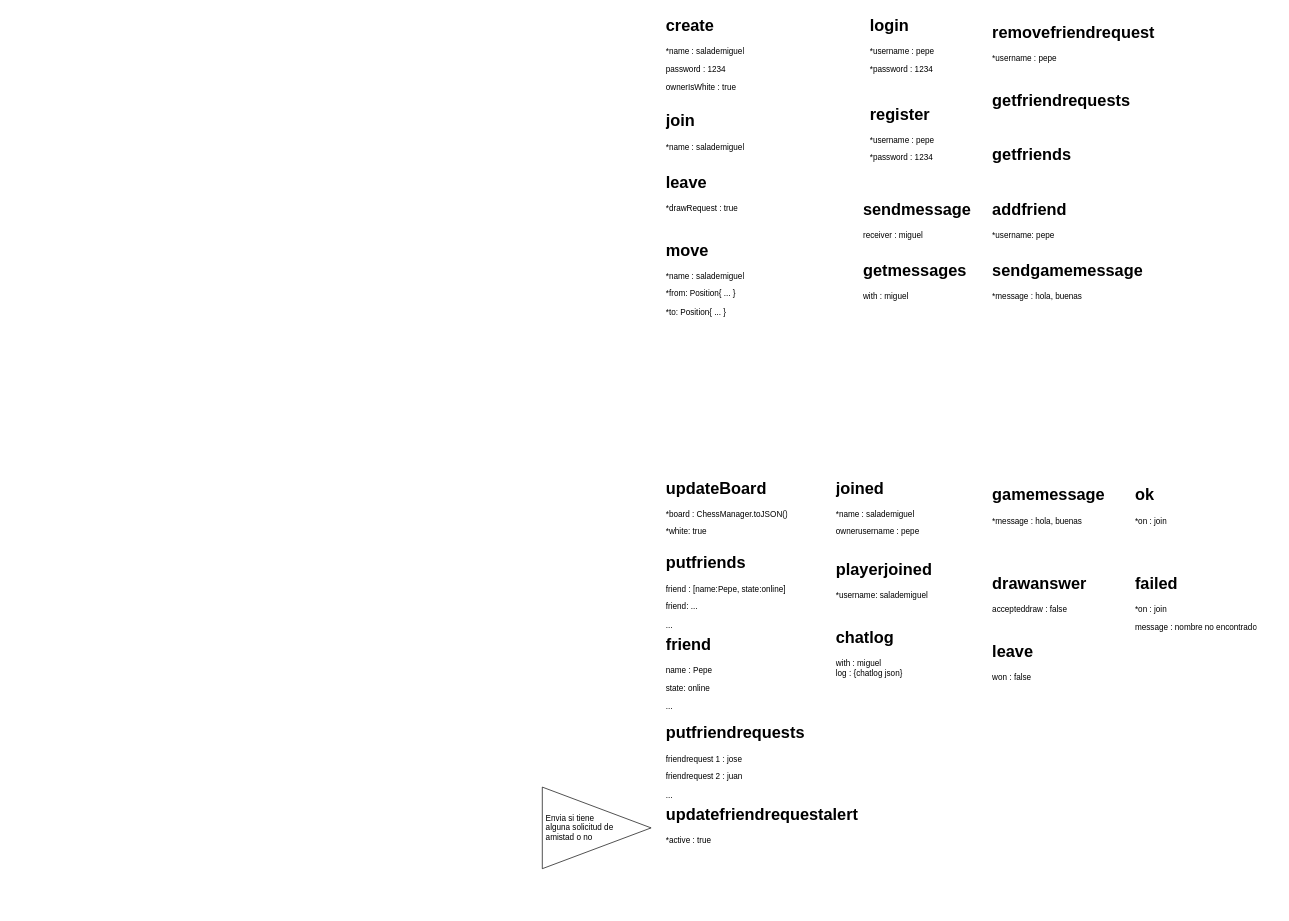
MGermanico/TFGChess keeps this draw.io diagram as page "Requests" (5 of 5) of Diagramas_Servidor.drawio. Above is the earlier version. Source tidied: cells renumbered, new cells numbered last; positions are measured from the earlier drawing's top-left corner, leaving out a move shared by most shapes. Both pictures are drawn from the tidied source at 68%, with x=0, y=0 at pixel (542, 12).
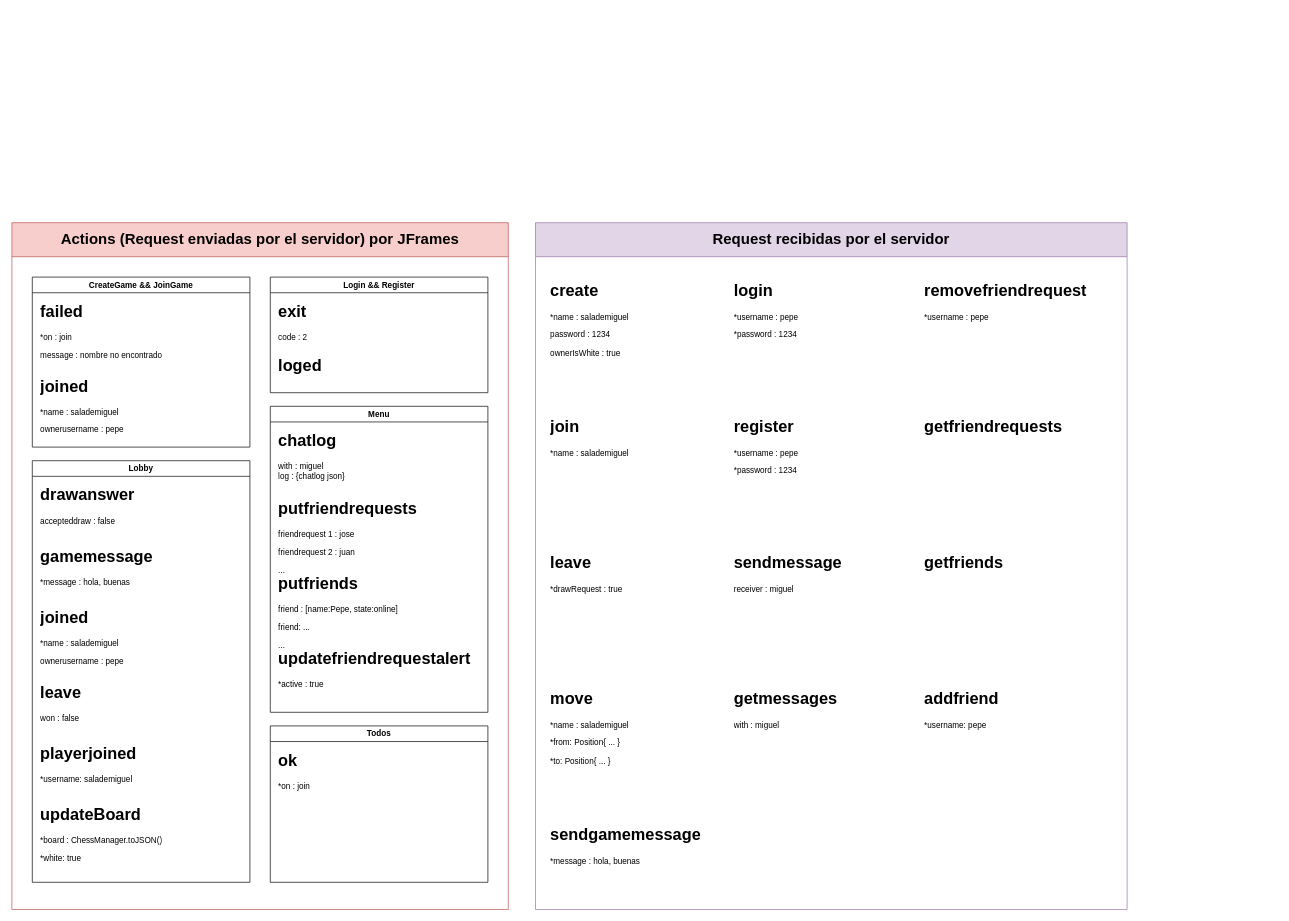
Above is the later version.

Change to the diagram source:
```diff
@@
+    <mxCell id="29" value="Lobby" style="swimlane;whiteSpace=wrap;html=1;" parent="1" vertex="1">
+      <mxGeometry x="-750" y="660" width="320" height="620" as="geometry" />
+    </mxCell>
+    <mxCell id="20" value="&lt;h1 style=&quot;margin-top: 0px;&quot;&gt;drawanswer&lt;/h1&gt;&lt;p&gt;accepteddraw : false&lt;/p&gt;" style="text;html=1;whiteSpace=wrap;overflow=hidden;rounded=0;" parent="29" vertex="1">
+      <mxGeometry x="10" y="30" width="210" height="80" as="geometry" />
+    </mxCell>
+    <mxCell id="18" value="&lt;h1 style=&quot;margin-top: 0px;&quot;&gt;gamemessage&lt;/h1&gt;&lt;p&gt;*message : hola, buenas&lt;/p&gt;" style="text;html=1;whiteSpace=wrap;overflow=hidden;rounded=0;" parent="29" vertex="1">
+      <mxGeometry x="10" y="120" width="210" height="80" as="geometry" />
+    </mxCell>
+    <mxCell id="30" value="&lt;h1 style=&quot;margin-top: 0px;&quot;&gt;joined&lt;/h1&gt;&lt;p&gt;*name : salademiguel&lt;br&gt;&lt;/p&gt;&lt;p&gt;ownerusername : pepe&lt;/p&gt;" style="text;html=1;whiteSpace=wrap;overflow=hidden;rounded=0;" parent="29" vertex="1">
+      <mxGeometry x="10" y="210" width="180" height="110" as="geometry" />
+    </mxCell>
+    <mxCell id="23" value="&lt;h1 style=&quot;margin-top: 0px;&quot;&gt;leave&lt;/h1&gt;&lt;div&gt;won : false&lt;/div&gt;" style="text;html=1;whiteSpace=wrap;overflow=hidden;rounded=0;" parent="29" vertex="1">
+      <mxGeometry x="10" y="320" width="210" height="80" as="geometry" />
+    </mxCell>
+    <mxCell id="9" value="&lt;h1 style=&quot;margin-top: 0px;&quot;&gt;playerjoined&lt;/h1&gt;&lt;p&gt;*username: salademiguel&lt;br&gt;&lt;/p&gt;" style="text;html=1;whiteSpace=wrap;overflow=hidden;rounded=0;" parent="29" vertex="1">
+      <mxGeometry x="10" y="410" width="180" height="90" as="geometry" />
+    </mxCell>
+    <mxCell id="7" value="&lt;h1 style=&quot;margin-top: 0px;&quot;&gt;updateBoard&lt;/h1&gt;&lt;p&gt;*board : ChessManager.toJSON()&lt;/p&gt;&lt;p&gt;*white: true&lt;/p&gt;" style="text;html=1;whiteSpace=wrap;overflow=hidden;rounded=0;" parent="29" vertex="1">
+      <mxGeometry x="10" y="500" width="190" height="110" as="geometry" />
+    </mxCell>
+    <mxCell id="31" value="CreateGame &amp;amp;&amp;amp; JoinGame" style="swimlane;whiteSpace=wrap;html=1;" parent="1" vertex="1">
+      <mxGeometry x="-750" y="390" width="320" height="250" as="geometry" />
+    </mxCell>
+    <mxCell id="21" value="&lt;h1 style=&quot;margin-top: 0px;&quot;&gt;failed&lt;/h1&gt;&lt;p&gt;*on : join&lt;/p&gt;&lt;p&gt;message : nombre no encontrado&lt;/p&gt;" style="text;html=1;whiteSpace=wrap;overflow=hidden;rounded=0;" parent="31" vertex="1">
+      <mxGeometry x="10" y="30" width="210" height="100" as="geometry" />
+    </mxCell>
+    <mxCell id="32" value="&lt;h1 style=&quot;margin-top: 0px;&quot;&gt;joined&lt;/h1&gt;&lt;p&gt;*name : salademiguel&lt;br&gt;&lt;/p&gt;&lt;p&gt;ownerusername : pepe&lt;/p&gt;" style="text;html=1;whiteSpace=wrap;overflow=hidden;rounded=0;" parent="31" vertex="1">
+      <mxGeometry x="10" y="140" width="180" height="120" as="geometry" />
+    </mxCell>
+    <mxCell id="33" value="Login &amp;amp;&amp;amp;&lt;span style=&quot;background-color: transparent; color: light-dark(rgb(0, 0, 0), rgb(255, 255, 255));&quot;&gt;&amp;nbsp;Register&lt;/span&gt;" style="swimlane;whiteSpace=wrap;html=1;fontStyle=1;fontSize=12;" parent="1" vertex="1">
+      <mxGeometry x="-400" y="390" width="320" height="170" as="geometry" />
+    </mxCell>
+    <mxCell id="34" value="&lt;h1 style=&quot;margin-top: 0px;&quot;&gt;exit&lt;/h1&gt;&lt;div&gt;code : 2&lt;/div&gt;" style="text;html=1;whiteSpace=wrap;overflow=hidden;rounded=0;" parent="33" vertex="1">
+      <mxGeometry x="10" y="30" width="210" height="80" as="geometry" />
+    </mxCell>
+    <mxCell id="35" value="&lt;h1 style=&quot;margin-top: 0px;&quot;&gt;loged&lt;/h1&gt;&lt;div&gt;&lt;br&gt;&lt;/div&gt;" style="text;html=1;whiteSpace=wrap;overflow=hidden;rounded=0;" parent="33" vertex="1">
+      <mxGeometry x="10" y="110" width="210" height="80" as="geometry" />
+    </mxCell>
+    <mxCell id="36" value="Menu" style="swimlane;whiteSpace=wrap;html=1;" parent="1" vertex="1">
+      <mxGeometry x="-400" y="580" width="320" height="450" as="geometry" />
+    </mxCell>
+    <mxCell id="28" value="&lt;h1 style=&quot;margin-top: 0px;&quot;&gt;chatlog&lt;/h1&gt;&lt;div&gt;with : miguel&lt;/div&gt;&lt;div&gt;log : {chatlog json}&lt;/div&gt;" style="text;html=1;whiteSpace=wrap;overflow=hidden;rounded=0;" parent="36" vertex="1">
+      <mxGeometry x="10" y="30" width="210" height="100" as="geometry" />
+    </mxCell>
+    <mxCell id="14" value="&lt;h1 style=&quot;margin-top: 0px;&quot;&gt;putfriendrequests&lt;/h1&gt;&lt;p&gt;friendrequest 1 : jose&lt;/p&gt;&lt;p&gt;friendrequest 2 : juan&lt;/p&gt;&lt;p&gt;...&lt;/p&gt;" style="text;html=1;whiteSpace=wrap;overflow=hidden;rounded=0;" parent="36" vertex="1">
+      <mxGeometry x="10" y="130" width="220" height="120" as="geometry" />
+    </mxCell>
+    <mxCell id="12" value="&lt;h1 style=&quot;margin-top: 0px;&quot;&gt;putfriends&lt;/h1&gt;&lt;p&gt;friend : [name:Pepe, state:online]&lt;/p&gt;&lt;p&gt;friend: ...&lt;/p&gt;&lt;p&gt;...&lt;/p&gt;" style="text;html=1;whiteSpace=wrap;overflow=hidden;rounded=0;" parent="36" vertex="1">
+      <mxGeometry x="10" y="240" width="180" height="120" as="geometry" />
+    </mxCell>
+    <mxCell id="24" value="&lt;h1 style=&quot;margin-top: 0px;&quot;&gt;updatefriendrequestalert&lt;/h1&gt;&lt;p&gt;*active : true&lt;br&gt;&lt;/p&gt;" style="text;html=1;whiteSpace=wrap;overflow=hidden;rounded=0;" parent="36" vertex="1">
+      <mxGeometry x="10" y="350" width="300" height="90" as="geometry" />
+    </mxCell>
+    <mxCell id="37" value="&lt;span style=&quot;font-size: 22px;&quot;&gt;Actions (Request enviadas por el servidor) por JFrames&lt;/span&gt;" style="swimlane;whiteSpace=wrap;html=1;startSize=50;fillColor=#f8cecc;strokeColor=#b85450;gradientColor=none;fillStyle=auto;" parent="1" vertex="1">
+      <mxGeometry x="-780" y="310" width="730" height="1010" as="geometry" />
+    </mxCell>
+    <mxCell id="38" value="Todos" style="swimlane;whiteSpace=wrap;html=1;" parent="37" vertex="1">
+      <mxGeometry x="380" y="740" width="320" height="230" as="geometry" />
+    </mxCell>
+    <mxCell id="22" value="&lt;h1 style=&quot;margin-top: 0px;&quot;&gt;ok&lt;/h1&gt;&lt;p&gt;*on : join&lt;/p&gt;" style="text;html=1;whiteSpace=wrap;overflow=hidden;rounded=0;" parent="38" vertex="1">
+      <mxGeometry x="10" y="30" width="110" height="80" as="geometry" />
+    </mxCell>
+    <mxCell id="39" value="&lt;span style=&quot;font-size: 22px;&quot;&gt;Request recibidas por el servidor&lt;/span&gt;" style="swimlane;whiteSpace=wrap;html=1;startSize=50;fillColor=#e1d5e7;strokeColor=#9673a6;fillStyle=auto;" parent="1" vertex="1">
+      <mxGeometry x="-10" y="310" width="870" height="1010" as="geometry" />
+    </mxCell>
+    <mxCell id="6" value="&lt;h1 style=&quot;margin-top: 0px;&quot;&gt;move&lt;/h1&gt;&lt;p&gt;*name : salademiguel&lt;/p&gt;&lt;p&gt;*from: Position{ ... }&lt;/p&gt;&lt;p&gt;*to: Position{ ... }&lt;/p&gt;" style="text;html=1;whiteSpace=wrap;overflow=hidden;rounded=0;" parent="39" vertex="1">
+      <mxGeometry x="20" y="680" width="180" height="120" as="geometry" />
+    </mxCell>
+    <mxCell id="19" value="&lt;h1 style=&quot;margin-top: 0px;&quot;&gt;leave&lt;/h1&gt;&lt;p&gt;*drawRequest : true&lt;/p&gt;" style="text;html=1;whiteSpace=wrap;overflow=hidden;rounded=0;" parent="39" vertex="1">
+      <mxGeometry x="20" y="480" width="180" height="90" as="geometry" />
+    </mxCell>
+    <mxCell id="5" value="&lt;h1 style=&quot;margin-top: 0px;&quot;&gt;join&lt;/h1&gt;&lt;p&gt;*name : salademiguel&lt;br&gt;&lt;/p&gt;" style="text;html=1;whiteSpace=wrap;overflow=hidden;rounded=0;" parent="39" vertex="1">
+      <mxGeometry x="20" y="280" width="180" height="80" as="geometry" />
+    </mxCell>
-    <mxCell id="2" value="&lt;h1 style=&quot;margin-top: 0px;&quot;&gt;create&lt;/h1&gt;&lt;p&gt;*name : salademiguel&lt;/p&gt;&lt;p&gt;password : 1234&lt;/p&gt;&lt;p&gt;ownerIsWhite : true&lt;/p&gt;" style="text;html=1;whiteSpace=wrap;overflow=hidden;rounded=0;" parent="1" vertex="1">
-      <mxGeometry x="180" width="180" height="120" as="geometry" />
+    <mxCell id="2" value="&lt;h1 style=&quot;margin-top: 0px;&quot;&gt;create&lt;/h1&gt;&lt;p&gt;*name : salademiguel&lt;/p&gt;&lt;p&gt;password : 1234&lt;/p&gt;&lt;p&gt;ownerIsWhite : true&lt;/p&gt;" style="text;html=1;whiteSpace=wrap;overflow=hidden;rounded=0;" parent="39" vertex="1">
+      <mxGeometry x="20" y="80" width="180" height="120" as="geometry" />
     </mxCell>
-    <mxCell id="3" value="&lt;h1 style=&quot;margin-top: 0px;&quot;&gt;login&lt;/h1&gt;&lt;p&gt;*username : pepe&lt;/p&gt;&lt;p&gt;*password : 1234&lt;/p&gt;" style="text;html=1;whiteSpace=wrap;overflow=hidden;rounded=0;" parent="1" vertex="1">
-      <mxGeometry x="480" width="180" height="120" as="geometry" />
+    <mxCell id="3" value="&lt;h1 style=&quot;margin-top: 0px;&quot;&gt;login&lt;/h1&gt;&lt;p&gt;*username : pepe&lt;/p&gt;&lt;p&gt;*password : 1234&lt;/p&gt;" style="text;html=1;whiteSpace=wrap;overflow=hidden;rounded=0;" parent="39" vertex="1">
+      <mxGeometry x="290" y="80" width="180" height="120" as="geometry" />
     </mxCell>
-    <mxCell id="4" value="&lt;h1 style=&quot;margin-top: 0px;&quot;&gt;register&lt;/h1&gt;&lt;p&gt;*username : pepe&lt;/p&gt;&lt;p&gt;*password : 1234&lt;/p&gt;" style="text;html=1;whiteSpace=wrap;overflow=hidden;rounded=0;" parent="1" vertex="1">
-      <mxGeometry x="480" y="130" width="180" height="120" as="geometry" />
+    <mxCell id="4" value="&lt;h1 style=&quot;margin-top: 0px;&quot;&gt;register&lt;/h1&gt;&lt;p&gt;*username : pepe&lt;/p&gt;&lt;p&gt;*password : 1234&lt;/p&gt;" style="text;html=1;whiteSpace=wrap;overflow=hidden;rounded=0;" parent="39" vertex="1">
+      <mxGeometry x="290" y="280" width="180" height="120" as="geometry" />
     </mxCell>
-    <mxCell id="5" value="&lt;h1 style=&quot;margin-top: 0px;&quot;&gt;join&lt;/h1&gt;&lt;p&gt;*name : salademiguel&lt;br&gt;&lt;/p&gt;" style="text;html=1;whiteSpace=wrap;overflow=hidden;rounded=0;" parent="1" vertex="1">
-      <mxGeometry x="180" y="140" width="180" height="80" as="geometry" />
-    </mxCell>
-    <mxCell id="6" value="&lt;h1 style=&quot;margin-top: 0px;&quot;&gt;move&lt;/h1&gt;&lt;p&gt;*name : salademiguel&lt;/p&gt;&lt;p&gt;*from: Position{ ... }&lt;/p&gt;&lt;p&gt;*to: Position{ ... }&lt;/p&gt;" style="text;html=1;whiteSpace=wrap;overflow=hidden;rounded=0;" parent="1" vertex="1">
-      <mxGeometry x="180" y="330" width="180" height="120" as="geometry" />
-    </mxCell>
-    <mxCell id="7" value="&lt;h1 style=&quot;margin-top: 0px;&quot;&gt;updateBoard&lt;/h1&gt;&lt;p&gt;*board : ChessManager.toJSON()&lt;/p&gt;&lt;p&gt;*white: true&lt;/p&gt;" style="text;html=1;whiteSpace=wrap;overflow=hidden;rounded=0;" parent="1" vertex="1">
-      <mxGeometry x="180" y="680" width="190" height="120" as="geometry" />
-    </mxCell>
-    <mxCell id="8" value="&lt;h1 style=&quot;margin-top: 0px;&quot;&gt;joined&lt;/h1&gt;&lt;p&gt;*name : salademiguel&lt;br&gt;&lt;/p&gt;&lt;p&gt;ownerusername : pepe&lt;/p&gt;" style="text;html=1;whiteSpace=wrap;overflow=hidden;rounded=0;" parent="1" vertex="1">
-      <mxGeometry x="430" y="680" width="180" height="120" as="geometry" />
-    </mxCell>
-    <mxCell id="9" value="&lt;h1 style=&quot;margin-top: 0px;&quot;&gt;playerjoined&lt;/h1&gt;&lt;p&gt;*username: salademiguel&lt;br&gt;&lt;/p&gt;" style="text;html=1;whiteSpace=wrap;overflow=hidden;rounded=0;" parent="1" vertex="1">
-      <mxGeometry x="430" y="800" width="180" height="120" as="geometry" />
-    </mxCell>
-    <mxCell id="10" value="&lt;h1 style=&quot;margin-top: 0px;&quot;&gt;addfriend&lt;/h1&gt;&lt;p&gt;*username: pepe&lt;br&gt;&lt;/p&gt;" style="text;html=1;whiteSpace=wrap;overflow=hidden;rounded=0;" parent="1" vertex="1">
-      <mxGeometry x="660" y="270" width="180" height="120" as="geometry" />
+    <mxCell id="10" value="&lt;h1 style=&quot;margin-top: 0px;&quot;&gt;addfriend&lt;/h1&gt;&lt;p&gt;*username: pepe&lt;br&gt;&lt;/p&gt;" style="text;html=1;whiteSpace=wrap;overflow=hidden;rounded=0;" parent="39" vertex="1">
+      <mxGeometry x="570" y="680" width="180" height="120" as="geometry" />
     </mxCell>
-    <mxCell id="11" value="&lt;h1 style=&quot;margin-top: 0px;&quot;&gt;getfriends&lt;/h1&gt;&lt;p&gt;&lt;br&gt;&lt;/p&gt;" style="text;html=1;whiteSpace=wrap;overflow=hidden;rounded=0;" parent="1" vertex="1">
-      <mxGeometry x="660" y="190" width="180" height="120" as="geometry" />
+    <mxCell id="11" value="&lt;h1 style=&quot;margin-top: 0px;&quot;&gt;getfriends&lt;/h1&gt;&lt;p&gt;&lt;br&gt;&lt;/p&gt;" style="text;html=1;whiteSpace=wrap;overflow=hidden;rounded=0;" parent="39" vertex="1">
+      <mxGeometry x="570" y="480" width="180" height="70" as="geometry" />
     </mxCell>
-    <mxCell id="12" value="&lt;h1 style=&quot;margin-top: 0px;&quot;&gt;putfriends&lt;/h1&gt;&lt;p&gt;friend : [name:Pepe, state:online]&lt;/p&gt;&lt;p&gt;friend: ...&lt;/p&gt;&lt;p&gt;...&lt;/p&gt;" style="text;html=1;whiteSpace=wrap;overflow=hidden;rounded=0;" parent="1" vertex="1">
-      <mxGeometry x="180" y="790" width="180" height="120" as="geometry" />
-    </mxCell>
-    <mxCell id="13" value="&lt;h1 style=&quot;margin-top: 0px;&quot;&gt;getfriendrequests&lt;/h1&gt;&lt;p&gt;&lt;br&gt;&lt;/p&gt;" style="text;html=1;whiteSpace=wrap;overflow=hidden;rounded=0;" parent="1" vertex="1">
-      <mxGeometry x="660" y="110" width="220" height="120" as="geometry" />
+    <mxCell id="13" value="&lt;h1 style=&quot;margin-top: 0px;&quot;&gt;getfriendrequests&lt;/h1&gt;&lt;p&gt;&lt;br&gt;&lt;/p&gt;" style="text;html=1;whiteSpace=wrap;overflow=hidden;rounded=0;" parent="39" vertex="1">
+      <mxGeometry x="570" y="280" width="220" height="120" as="geometry" />
     </mxCell>
-    <mxCell id="14" value="&lt;h1 style=&quot;margin-top: 0px;&quot;&gt;putfriendrequests&lt;/h1&gt;&lt;p&gt;friendrequest 1 : jose&lt;/p&gt;&lt;p&gt;friendrequest 2 : juan&lt;/p&gt;&lt;p&gt;...&lt;/p&gt;" style="text;html=1;whiteSpace=wrap;overflow=hidden;rounded=0;" parent="1" vertex="1">
-      <mxGeometry x="180" y="1040" width="220" height="120" as="geometry" />
-    </mxCell>
-    <mxCell id="15" value="&lt;h1 style=&quot;margin-top: 0px;&quot;&gt;removefriendrequest&lt;/h1&gt;&lt;p&gt;*username : pepe&lt;/p&gt;" style="text;html=1;whiteSpace=wrap;overflow=hidden;rounded=0;" parent="1" vertex="1">
-      <mxGeometry x="660" y="10" width="260" height="120" as="geometry" />
+    <mxCell id="15" value="&lt;h1 style=&quot;margin-top: 0px;&quot;&gt;removefriendrequest&lt;/h1&gt;&lt;p&gt;*username : pepe&lt;/p&gt;" style="text;html=1;whiteSpace=wrap;overflow=hidden;rounded=0;" parent="39" vertex="1">
+      <mxGeometry x="570" y="80" width="260" height="120" as="geometry" />
     </mxCell>
-    <mxCell id="16" value="&lt;h1 style=&quot;margin-top: 0px;&quot;&gt;friend&lt;/h1&gt;&lt;p&gt;name : Pepe&lt;/p&gt;&lt;p&gt;state: online&lt;/p&gt;&lt;p&gt;...&lt;/p&gt;" style="text;html=1;whiteSpace=wrap;overflow=hidden;rounded=0;" parent="1" vertex="1">
-      <mxGeometry x="180" y="910" width="180" height="120" as="geometry" />
-    </mxCell>
-    <mxCell id="17" value="&lt;h1 style=&quot;margin-top: 0px;&quot;&gt;sendgamemessage&lt;/h1&gt;&lt;p&gt;*message : hola, buenas&lt;/p&gt;" style="text;html=1;whiteSpace=wrap;overflow=hidden;rounded=0;" parent="1" vertex="1">
-      <mxGeometry x="660" y="360" width="250" height="80" as="geometry" />
+    <mxCell id="17" value="&lt;h1 style=&quot;margin-top: 0px;&quot;&gt;sendgamemessage&lt;/h1&gt;&lt;p&gt;*message : hola, buenas&lt;/p&gt;" style="text;html=1;whiteSpace=wrap;overflow=hidden;rounded=0;" parent="39" vertex="1">
+      <mxGeometry x="20" y="880" width="250" height="80" as="geometry" />
     </mxCell>
-    <mxCell id="18" value="&lt;h1 style=&quot;margin-top: 0px;&quot;&gt;gamemessage&lt;/h1&gt;&lt;p&gt;*message : hola, buenas&lt;/p&gt;" style="text;html=1;whiteSpace=wrap;overflow=hidden;rounded=0;" parent="1" vertex="1">
-      <mxGeometry x="660" y="690" width="210" height="80" as="geometry" />
-    </mxCell>
-    <mxCell id="19" value="&lt;h1 style=&quot;margin-top: 0px;&quot;&gt;leave&lt;/h1&gt;&lt;p&gt;*drawRequest : true&lt;/p&gt;" style="text;html=1;whiteSpace=wrap;overflow=hidden;rounded=0;" parent="1" vertex="1">
-      <mxGeometry x="180" y="230" width="180" height="90" as="geometry" />
-    </mxCell>
-    <mxCell id="20" value="&lt;h1 style=&quot;margin-top: 0px;&quot;&gt;drawanswer&lt;/h1&gt;&lt;p&gt;accepteddraw : false&lt;/p&gt;" style="text;html=1;whiteSpace=wrap;overflow=hidden;rounded=0;" parent="1" vertex="1">
-      <mxGeometry x="660" y="820" width="210" height="80" as="geometry" />
-    </mxCell>
-    <mxCell id="21" value="&lt;h1 style=&quot;margin-top: 0px;&quot;&gt;failed&lt;/h1&gt;&lt;p&gt;*on : join&lt;/p&gt;&lt;p&gt;message : nombre no encontrado&lt;/p&gt;" style="text;html=1;whiteSpace=wrap;overflow=hidden;rounded=0;" parent="1" vertex="1">
-      <mxGeometry x="870" y="820" width="210" height="100" as="geometry" />
-    </mxCell>
-    <mxCell id="22" value="&lt;h1 style=&quot;margin-top: 0px;&quot;&gt;ok&lt;/h1&gt;&lt;p&gt;*on : join&lt;/p&gt;" style="text;html=1;whiteSpace=wrap;overflow=hidden;rounded=0;" parent="1" vertex="1">
-      <mxGeometry x="870" y="690" width="210" height="80" as="geometry" />
-    </mxCell>
-    <mxCell id="23" value="&lt;h1 style=&quot;margin-top: 0px;&quot;&gt;leave&lt;/h1&gt;&lt;div&gt;won : false&lt;/div&gt;" style="text;html=1;whiteSpace=wrap;overflow=hidden;rounded=0;" parent="1" vertex="1">
-      <mxGeometry x="660" y="920" width="210" height="80" as="geometry" />
-    </mxCell>
-    <mxCell id="24" value="&lt;h1 style=&quot;margin-top: 0px;&quot;&gt;updatefriendrequestalert&lt;/h1&gt;&lt;p&gt;*active : true&lt;br&gt;&lt;/p&gt;" style="text;html=1;whiteSpace=wrap;overflow=hidden;rounded=0;" parent="1" vertex="1">
-      <mxGeometry x="180" y="1160" width="300" height="90" as="geometry" />
-    </mxCell>
-    <mxCell id="25" value="&amp;nbsp;Envia si tiene&amp;nbsp;&lt;div&gt;&amp;nbsp;alguna solicitud de&amp;nbsp;&lt;/div&gt;&lt;div&gt;&amp;nbsp;amistad o no&lt;/div&gt;" style="triangle;whiteSpace=wrap;html=1;align=left;" parent="1" vertex="1">
-      <mxGeometry y="1140" width="160" height="120" as="geometry" />
-    </mxCell>
-    <mxCell id="26" value="&lt;h1 style=&quot;margin-top: 0px;&quot;&gt;sendmessage&lt;/h1&gt;&lt;div&gt;receiver : miguel&lt;/div&gt;" style="text;html=1;whiteSpace=wrap;overflow=hidden;rounded=0;" parent="1" vertex="1">
-      <mxGeometry x="470" y="270" width="210" height="80" as="geometry" />
+    <mxCell id="26" value="&lt;h1 style=&quot;margin-top: 0px;&quot;&gt;sendmessage&lt;/h1&gt;&lt;div&gt;receiver : miguel&lt;/div&gt;" style="text;html=1;whiteSpace=wrap;overflow=hidden;rounded=0;" parent="39" vertex="1">
+      <mxGeometry x="290" y="480" width="210" height="80" as="geometry" />
     </mxCell>
-    <mxCell id="27" value="&lt;h1 style=&quot;margin-top: 0px;&quot;&gt;getmessages&lt;/h1&gt;&lt;div&gt;with : miguel&lt;/div&gt;" style="text;html=1;whiteSpace=wrap;overflow=hidden;rounded=0;" parent="1" vertex="1">
-      <mxGeometry x="470" y="360" width="210" height="80" as="geometry" />
+    <mxCell id="27" value="&lt;h1 style=&quot;margin-top: 0px;&quot;&gt;getmessages&lt;/h1&gt;&lt;div&gt;with : miguel&lt;/div&gt;" style="text;html=1;whiteSpace=wrap;overflow=hidden;rounded=0;" parent="39" vertex="1">
+      <mxGeometry x="290" y="680" width="210" height="80" as="geometry" />
     </mxCell>
-    <mxCell id="28" value="&lt;h1 style=&quot;margin-top: 0px;&quot;&gt;chatlog&lt;/h1&gt;&lt;div&gt;with : miguel&lt;/div&gt;&lt;div&gt;log : {chatlog json}&lt;/div&gt;" style="text;html=1;whiteSpace=wrap;overflow=hidden;rounded=0;" parent="1" vertex="1">
-      <mxGeometry x="430" y="900" width="210" height="100" as="geometry" />
-    </mxCell>
```
